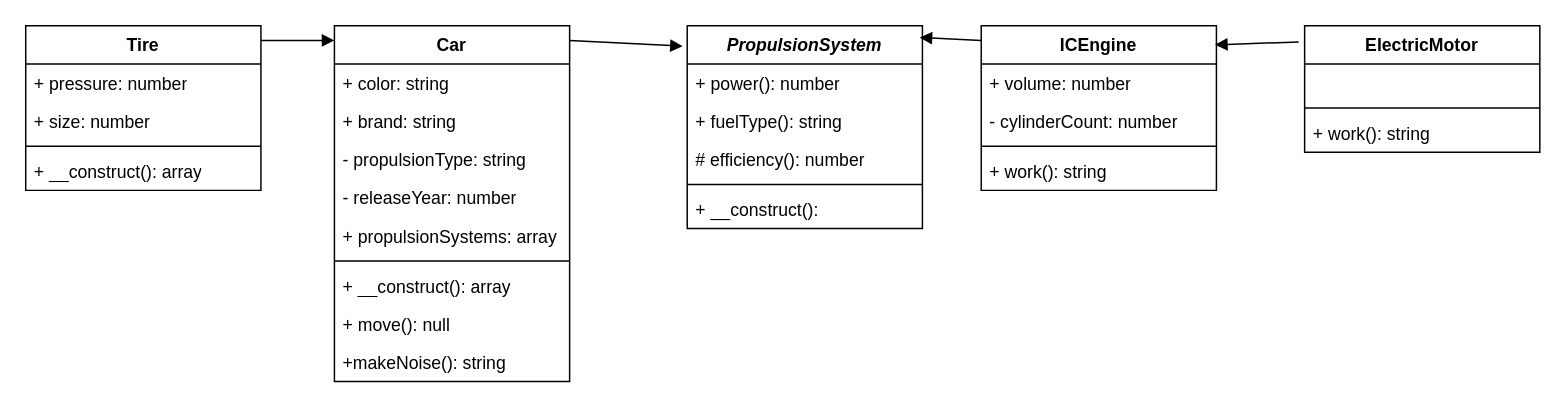
Earlier version of the draw.io diagram carppp.drawio (RalfsCD/CarPP). Source tidied: cells renumbered, new cells numbered last; positions are measured from the earlier drawing's top-left corner, leaving out a move shared by most shapes. Both pictures are drawn from the tidied source at 147%, with x=0, y=0 at pixel (25, 25).
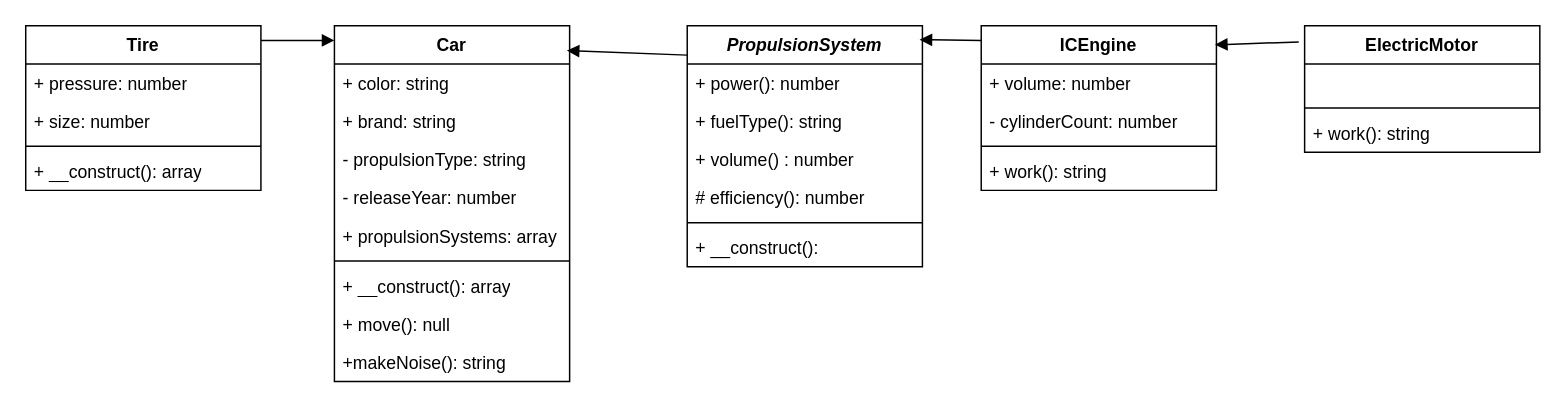
The same diagram, later.

The change refers to these unchanged cells:
```xml
<mxCell id="2" value="Car" style="swimlane;fontStyle=1;align=center;verticalAlign=top;horizontal=1;startSize=26;whiteSpace=wrap;html=1;" parent="1" vertex="1">
  <mxGeometry x="210" width="160" height="242" as="geometry" />
</mxCell>
```

Diff of the diagram source:
```diff
@@
     <mxCell id="21" value="&lt;i&gt;PropulsionSystem&lt;/i&gt;" style="swimlane;fontStyle=1;align=center;verticalAlign=top;horizontal=1;startSize=26;whiteSpace=wrap;html=1;" parent="1" vertex="1">
-      <mxGeometry x="450" width="160" height="138" as="geometry" />
+      <mxGeometry x="450" width="160" height="164" as="geometry" />
     </mxCell>
@@
+    <mxCell id="36" value="+ volume() : number" style="text;strokeColor=none;fillColor=none;align=left;verticalAlign=top;spacingLeft=4;spacingRight=4;overflow=hidden;whiteSpace=wrap;html=1;" parent="21" vertex="1">
+      <mxGeometry y="78" width="160" height="26" as="geometry" />
+    </mxCell>
     <mxCell id="24" value="# efficiency(): number" style="text;strokeColor=none;fillColor=none;align=left;verticalAlign=top;spacingLeft=4;spacingRight=4;overflow=hidden;whiteSpace=wrap;html=1;" parent="21" vertex="1">
-      <mxGeometry y="78" width="160" height="26" as="geometry" />
+      <mxGeometry y="104" width="160" height="26" as="geometry" />
     </mxCell>
     <mxCell id="25" style="line;strokeWidth=1;fillColor=none;align=left;verticalAlign=middle;spacingTop=-1;spacingLeft=3;spacingRight=3;labelPosition=right;strokeColor=inherit;" parent="21" vertex="1">
-      <mxGeometry y="104" width="160" height="8" as="geometry" />
+      <mxGeometry y="130" width="160" height="8" as="geometry" />
     </mxCell>
     <mxCell id="26" value="+ __construct():" style="text;strokeColor=none;fillColor=none;align=left;verticalAlign=top;spacingLeft=4;spacingRight=4;overflow=hidden;whiteSpace=wrap;html=1;" parent="21" vertex="1">
-      <mxGeometry y="112" width="160" height="26" as="geometry" />
+      <mxGeometry y="138" width="160" height="26" as="geometry" />
     </mxCell>
@@
-    <mxCell id="35" style="html=1;verticalAlign=bottom;endArrow=block;curved=0;rounded=0;entryX=-0.019;entryY=0.101;entryDx=0;entryDy=0;entryPerimeter=0;" parent="1" edge="1" target="21">
+    <mxCell id="35" style="html=1;verticalAlign=bottom;endArrow=block;curved=0;rounded=0;entryX=0.988;entryY=0.07;entryDx=0;entryDy=0;entryPerimeter=0;" parent="1" edge="1" target="2">
       <mxGeometry relative="1" as="geometry">
-        <mxPoint x="370" y="10" as="sourcePoint" />
+        <mxPoint x="450" y="20" as="sourcePoint" />
       </mxGeometry>
     </mxCell>
```
